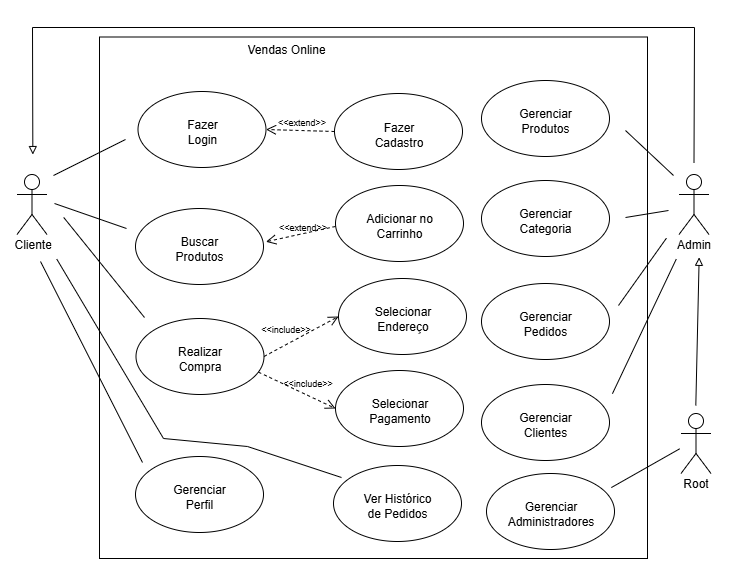
Before: src/assets/diagramas/Diagrama-de-casos-de-uso-Vendas-Online.png, a diagram exported from draw.io (Marilio01/vendas-online-app). Source tidied: cells renumbered, new cells last; positions are measured from the earlier drawing's top-left corner, leaving out a move shared by most shapes.
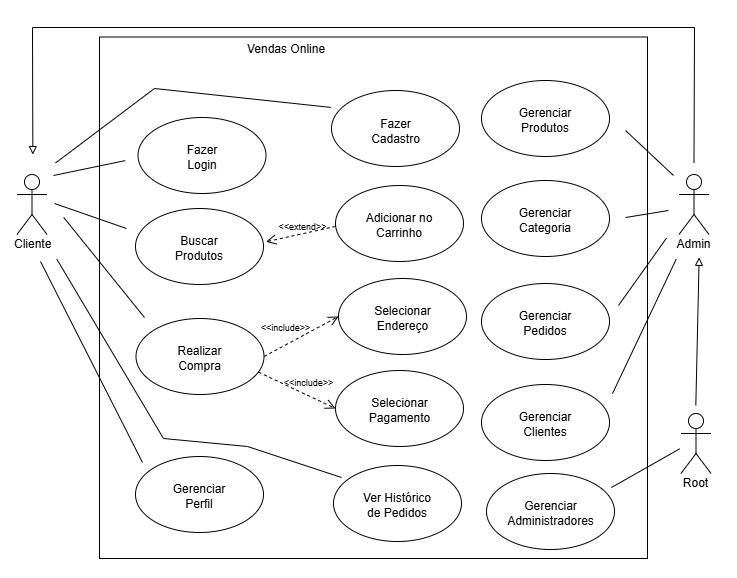
Later version of the same file.

The edit, as a diff of the source:
```diff
@@ -5,7 +5,7 @@
     <mxCell id="2" style="whiteSpace=wrap;html=1;fillColor=none;strokeColor=light-dark(#000000,transparent);labelBorderColor=none;fontColor=light-dark(#000000,#000000);" parent="1" vertex="1">
       <mxGeometry width="735" height="577" as="geometry" />
     </mxCell>
-    <mxCell id="3" style="whiteSpace=wrap;html=1;fillColor=none;strokeColor=light-dark(#000000,#000000);" parent="1" vertex="1">
+    <mxCell id="3" value="z" style="whiteSpace=wrap;html=1;fillColor=none;strokeColor=light-dark(#000000,#000000);" parent="1" vertex="1">
       <mxGeometry x="99" y="36.5" width="548" height="521.5" as="geometry" />
     </mxCell>
     <mxCell id="4" value="&lt;font style=&quot;color: light-dark(rgb(0, 0, 0), rgb(0, 0, 0));&quot;&gt;Vendas Online&lt;/font&gt;" style="text;strokeColor=none;fillColor=none;align=left;verticalAlign=middle;spacingLeft=4;spacingRight=4;overflow=hidden;whiteSpace=wrap;html=1;" parent="1" vertex="1">
@@ -21,7 +21,7 @@
       <mxGeometry y="55" width="47" height="30" as="geometry" />
     </mxCell>
     <mxCell id="8" style="group;fillColor=none;" parent="1" vertex="1">
-      <mxGeometry x="138" y="91" width="132.5" height="76" as="geometry" />
+      <mxGeometry x="138" y="117" width="132.5" height="76" as="geometry" />
     </mxCell>
     <mxCell id="9" style="ellipse;whiteSpace=wrap;html=1;fillColor=light-dark(#FFFFFF,#FFFFFF);strokeColor=light-dark(#000000,#000000);" parent="8" vertex="1">
       <mxGeometry x="-0.5" width="128" height="76" as="geometry" />
@@ -30,7 +30,7 @@
       <mxGeometry x="42.5" y="23.7" width="42" height="33.3" as="geometry" />
     </mxCell>
     <mxCell id="11" style="group;" parent="1" vertex="1">
-      <mxGeometry x="350" y="91" width="176.5" height="92" as="geometry" />
+      <mxGeometry x="347" y="88" width="176.5" height="92" as="geometry" />
     </mxCell>
     <mxCell id="12" style="ellipse;whiteSpace=wrap;html=1;fillColor=light-dark(#FFFFFF,#FFFFFF);strokeColor=light-dark(#000000,#000000);" parent="11" vertex="1">
       <mxGeometry x="-16" y="2" width="128" height="76" as="geometry" />
@@ -50,10 +50,9 @@
     <mxCell id="17" value="&lt;font style=&quot;color: light-dark(rgb(0, 0, 0), rgb(0, 0, 0));&quot;&gt;Gerenciar Perfil&lt;/font&gt;" style="text;strokeColor=none;fillColor=none;align=center;verticalAlign=middle;spacingLeft=4;spacingRight=4;overflow=hidden;whiteSpace=wrap;html=1;" parent="15" vertex="1">
       <mxGeometry x="26" y="23.7" width="64" height="33.3" as="geometry" />
     </mxCell>
-    <mxCell id="18" style="endArrow=none;html=1;rounded=0;strokeColor=light-dark(#000000,#000000);" parent="1" edge="1">
+    <mxCell id="18" style="endArrow=none;html=1;rounded=0;strokeColor=light-dark(#000000,#000000);entryX=0.047;entryY=0.237;entryDx=0;entryDy=0;entryPerimeter=0;" parent="1" edge="1" target="3">
       <mxGeometry relative="1" as="geometry">
         <mxPoint x="53" y="175" as="sourcePoint" />
-        <mxPoint x="125" y="139" as="targetPoint" />
       </mxGeometry>
     </mxCell>
     <mxCell id="19" style="endArrow=none;html=1;rounded=0;strokeColor=light-dark(#000000,#000000);exitX=0.086;exitY=0.376;exitDx=0;exitDy=0;exitPerimeter=0;" parent="1" edge="1" source="2">
@@ -94,9 +93,6 @@
     <mxCell id="29" value="&lt;font style=&quot;color: light-dark(rgb(0, 0, 0), rgb(0, 0, 0));&quot;&gt;Realizar Compra&lt;/font&gt;" style="text;strokeColor=none;fillColor=none;align=center;verticalAlign=middle;spacingLeft=4;spacingRight=4;overflow=hidden;whiteSpace=wrap;html=1;" parent="27" vertex="1">
       <mxGeometry x="26" y="23.7" width="65" height="33.3" as="geometry" />
     </mxCell>
-    <mxCell id="30" value="&lt;font style=&quot;font-size: 9px;&quot;&gt;&lt;font style=&quot;line-height: 60%;&quot;&gt;&amp;lt;&amp;lt;&lt;/font&gt;&lt;font style=&quot;line-height: 60%;&quot;&gt;extend&lt;/font&gt;&lt;font style=&quot;line-height: 60%;&quot;&gt;&amp;gt;&amp;gt;&lt;/font&gt;&lt;/font&gt;" style="html=1;verticalAlign=bottom;endArrow=open;dashed=1;endSize=8;curved=0;rounded=0;strokeColor=light-dark(#000000,#000000);labelBackgroundColor=none;exitX=0;exitY=0.5;exitDx=0;exitDy=0;labelBorderColor=none;fontColor=light-dark(#000000,#000000);labelPosition=center;verticalLabelPosition=top;align=center;spacing=0;textShadow=0;spacingBottom=3;spacingRight=14;spacingLeft=27;entryX=1;entryY=0.5;entryDx=0;entryDy=0;" parent="1" edge="1" source="12" target="9">
-      <mxGeometry x="0.15" y="1" relative="1" as="geometry" />
-    </mxCell>
     <mxCell id="31" style="group;" parent="1" vertex="1">
       <mxGeometry x="344" y="278" width="132.5" height="76" as="geometry" />
     </mxCell>
@@ -248,5 +244,13 @@
         </Array>
       </mxGeometry>
     </mxCell>
+    <mxCell id="73" style="endArrow=none;html=1;rounded=0;strokeColor=light-dark(#000000,#000000);entryX=0.422;entryY=0.135;entryDx=0;entryDy=0;entryPerimeter=0;" parent="1" edge="1" target="3">
+      <mxGeometry relative="1" as="geometry">
+        <mxPoint x="55" y="162.5" as="sourcePoint" />
+        <Array as="points">
+          <mxPoint x="154" y="88" />
+        </Array>
+      </mxGeometry>
+    </mxCell>
   </root>
 </mxGraphModel>
```
